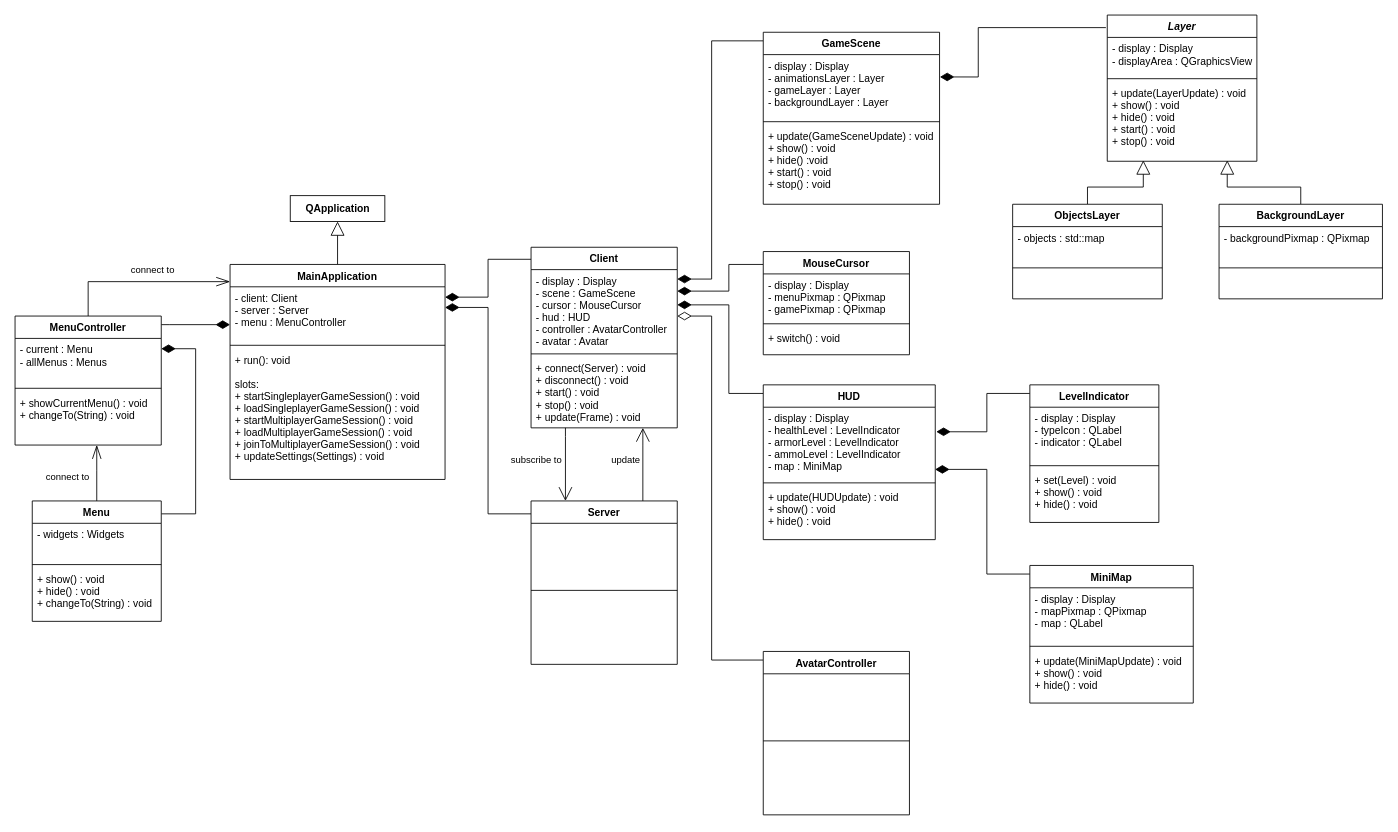
The draw.io diagram doc/class_diagram.drawio in TadekBiela/heisttown, before the edit. Source tidied: cells renumbered, new cells numbered last; positions are measured from the earlier drawing's top-left corner, leaving out a move shared by most shapes. Both pictures are drawn from the tidied source at 86%, with x=0, y=0 at pixel (15, 15).
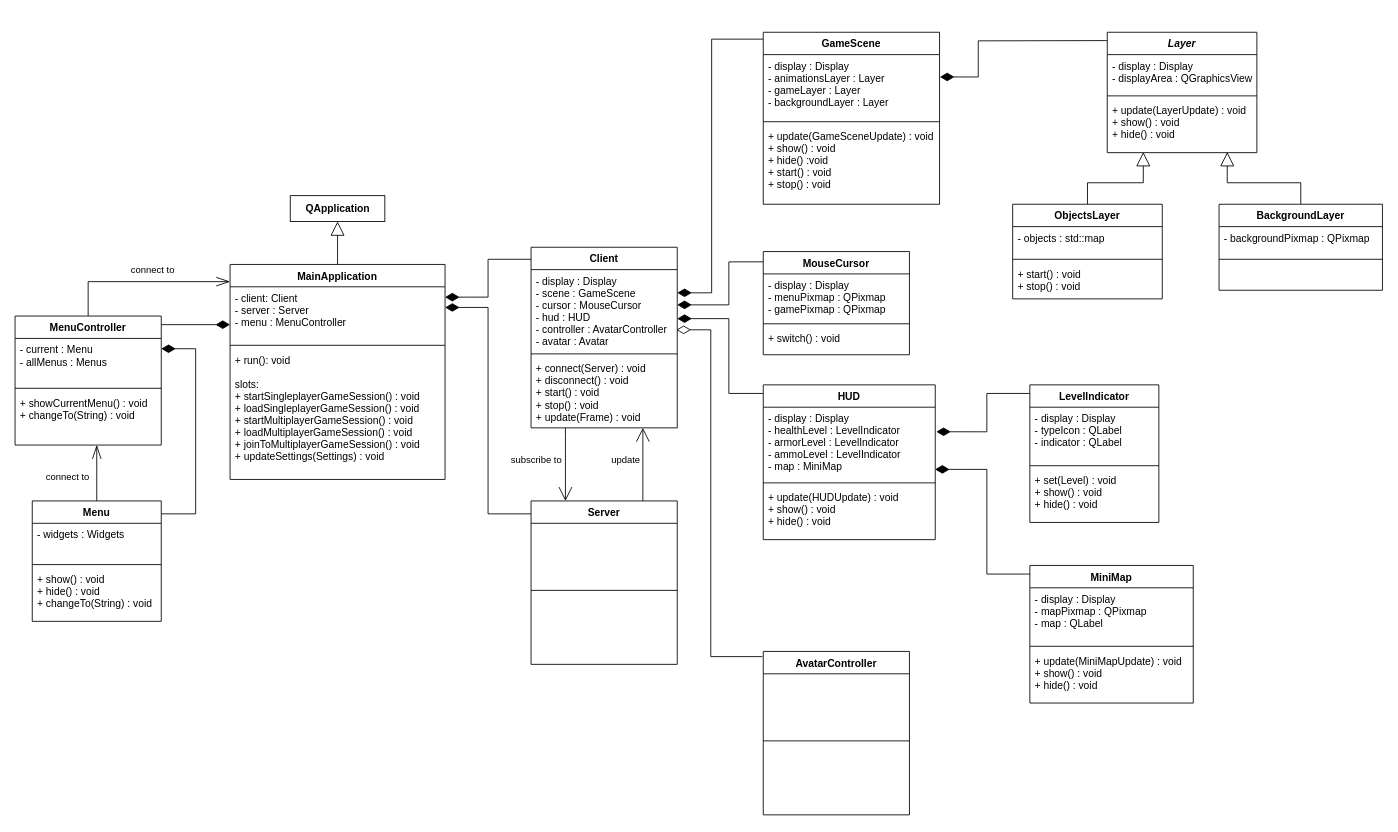
The same diagram, later.

Commit message:
Update Layer on class diagram

Unchanged cells that the change refers to:
```xml
<mxCell id="10" value="- display : Display&#10;- scene : GameScene&#10;- cursor : MouseCursor&#10;- hud : HUD&#10;- controller : AvatarController&#10;- avatar : Avatar" style="text;strokeColor=none;fillColor=none;align=left;verticalAlign=top;spacingLeft=4;spacingRight=4;overflow=hidden;points=[[0,0.5],[1,0.5]];portConstraint=eastwest;" parent="9" vertex="1">
  <mxGeometry y="26" width="170" height="94" as="geometry" />
</mxCell>
<mxCell id="35" value="GameScene" style="swimlane;fontStyle=1;align=center;verticalAlign=top;horizontal=1;startSize=26;" parent="1" vertex="1">
  <mxGeometry x="870" y="20" width="205" height="200" as="geometry" />
</mxCell>
<mxCell id="36" value="- display : Display&#10;- animationsLayer : Layer&#10;- gameLayer : Layer&#10;- backgroundLayer : Layer&#10;" style="text;strokeColor=none;fillColor=none;align=left;verticalAlign=top;spacingLeft=4;spacingRight=4;overflow=hidden;points=[[0,0.5],[1,0.5]];portConstraint=eastwest;" parent="35" vertex="1">
  <mxGeometry y="26" width="205" height="74" as="geometry" />
</mxCell>
<mxCell id="41" value="HUD" style="swimlane;fontStyle=1;align=center;verticalAlign=top;horizontal=1;startSize=26;" parent="1" vertex="1">
  <mxGeometry x="870" y="430" width="200" height="180" as="geometry" />
</mxCell>
<mxCell id="46" value="AvatarController" style="swimlane;fontStyle=1;align=center;verticalAlign=top;horizontal=1;startSize=26;" parent="1" vertex="1">
  <mxGeometry x="870" y="740" width="170" height="190" as="geometry" />
</mxCell>
<mxCell id="51" value="MouseCursor" style="swimlane;fontStyle=1;align=center;verticalAlign=top;horizontal=1;startSize=26;" parent="1" vertex="1">
  <mxGeometry x="870" y="275" width="170" height="120" as="geometry" />
</mxCell>
<mxCell id="71" value="ObjectsLayer" style="swimlane;fontStyle=1;align=center;verticalAlign=top;horizontal=1;startSize=26;" parent="1" vertex="1">
  <mxGeometry x="1160" y="220" width="174" height="110" as="geometry" />
</mxCell>
```

The edit, as a diff of the source:
```diff
@@
-    <mxCell id="34" style="edgeStyle=orthogonalEdgeStyle;rounded=0;jettySize=auto;html=1;endArrow=diamondThin;endFill=1;endSize=14;" parent="1" edge="1" source="35" target="10">
+    <mxCell id="34" style="edgeStyle=orthogonalEdgeStyle;rounded=0;orthogonalLoop=1;jettySize=auto;html=1;endArrow=diamondThin;endFill=1;endSize=14;" parent="1" edge="1">
       <mxGeometry relative="1" as="geometry">
+        <mxPoint x="870" y="28" as="sourcePoint" />
+        <mxPoint x="770" y="323" as="targetPoint" />
         <Array as="points">
-          <mxPoint x="810" y="30" />
-          <mxPoint x="810" y="307" />
+          <mxPoint x="810" y="28" />
+          <mxPoint x="810" y="323" />
         </Array>
       </mxGeometry>
     </mxCell>
@@
-    <mxCell id="39" style="edgeStyle=orthogonalEdgeStyle;rounded=0;jettySize=auto;html=1;endArrow=diamondThin;endFill=1;endSize=14;" parent="1" edge="1" source="51" target="10">
+    <mxCell id="39" style="edgeStyle=orthogonalEdgeStyle;rounded=0;orthogonalLoop=1;jettySize=auto;html=1;endArrow=diamondThin;endFill=1;endSize=14;" parent="1" edge="1">
       <mxGeometry relative="1" as="geometry">
+        <mxPoint x="870" y="287" as="sourcePoint" />
+        <mxPoint x="770" y="337" as="targetPoint" />
         <Array as="points">
-          <mxPoint x="830" y="290" />
-          <mxPoint x="830" y="321" />
+          <mxPoint x="830" y="287" />
+          <mxPoint x="830" y="337" />
         </Array>
       </mxGeometry>
     </mxCell>
     <mxCell id="40" style="edgeStyle=orthogonalEdgeStyle;rounded=0;jettySize=auto;html=1;endArrow=diamondThin;endFill=1;endSize=14;" parent="1" edge="1" source="41" target="10">
       <mxGeometry relative="1" as="geometry">
         <Array as="points">
           <mxPoint x="830" y="440" />
-          <mxPoint x="830" y="337" />
+          <mxPoint x="830" y="353" />
         </Array>
       </mxGeometry>
     </mxCell>
@@
-    <mxCell id="45" style="edgeStyle=orthogonalEdgeStyle;rounded=0;jettySize=auto;html=1;endArrow=diamondThin;endFill=0;endSize=14;" parent="1" edge="1" source="46" target="10">
+    <mxCell id="45" style="edgeStyle=orthogonalEdgeStyle;rounded=0;orthogonalLoop=1;jettySize=auto;html=1;endArrow=diamondThin;endFill=0;endSize=14;" parent="1" edge="1">
       <mxGeometry relative="1" as="geometry">
+        <mxPoint x="869" y="746" as="sourcePoint" />
+        <mxPoint x="769" y="366" as="targetPoint" />
         <Array as="points">
-          <mxPoint x="810" y="750" />
-          <mxPoint x="810" y="350" />
+          <mxPoint x="809" y="746" />
+          <mxPoint x="809" y="366" />
         </Array>
       </mxGeometry>
     </mxCell>
@@
-    <mxCell id="65" style="edgeStyle=orthogonalEdgeStyle;rounded=0;jettySize=auto;html=1;entryX=1.002;entryY=0.351;entryDx=0;entryDy=0;entryPerimeter=0;endArrow=diamondThin;endFill=1;endSize=14;exitX=-0.009;exitY=0.086;exitDx=0;exitDy=0;exitPerimeter=0;" parent="1" edge="1" source="66" target="36">
+    <mxCell id="65" style="edgeStyle=orthogonalEdgeStyle;rounded=0;jettySize=auto;html=1;entryX=1.002;entryY=0.351;entryDx=0;entryDy=0;entryPerimeter=0;endArrow=diamondThin;endFill=1;endSize=14;exitX=0.004;exitY=0.069;exitDx=0;exitDy=0;exitPerimeter=0;" parent="1" edge="1" source="66" target="36">
       <mxGeometry relative="1" as="geometry">
         <Array as="points">
-          <mxPoint x="1120" y="15" />
+          <mxPoint x="1268" y="30" />
+          <mxPoint x="1120" y="30" />
           <mxPoint x="1120" y="72" />
         </Array>
       </mxGeometry>
     </mxCell>
     <mxCell id="66" value="Layer" style="swimlane;fontStyle=3;align=center;verticalAlign=top;horizontal=1;startSize=26;" parent="1" vertex="1">
-      <mxGeometry x="1270" width="174" height="170" as="geometry" />
+      <mxGeometry x="1270" y="20" width="174" height="140" as="geometry" />
     </mxCell>
@@
-    <mxCell id="69" value="+ update(LayerUpdate) : void&#10;+ show() : void&#10;+ hide() : void&#10;+ start() : void&#10;+ stop() : void" style="text;strokeColor=none;fillColor=none;align=left;verticalAlign=top;spacingLeft=4;spacingRight=4;overflow=hidden;points=[[0,0.5],[1,0.5]];portConstraint=eastwest;" parent="66" vertex="1">
-      <mxGeometry y="78" width="174" height="92" as="geometry" />
+    <mxCell id="69" value="+ update(LayerUpdate) : void&#10;+ show() : void&#10;+ hide() : void" style="text;strokeColor=none;fillColor=none;align=left;verticalAlign=top;spacingLeft=4;spacingRight=4;overflow=hidden;points=[[0,0.5],[1,0.5]];portConstraint=eastwest;" parent="66" vertex="1">
+      <mxGeometry y="78" width="174" height="62" as="geometry" />
     </mxCell>
@@
     <mxCell id="72" value="- objects : std::map&#10;" style="text;strokeColor=none;fillColor=none;align=left;verticalAlign=top;spacingLeft=4;spacingRight=4;overflow=hidden;" parent="71" vertex="1">
-      <mxGeometry y="26" width="174" height="44" as="geometry" />
+      <mxGeometry y="26" width="174" height="34" as="geometry" />
     </mxCell>
     <mxCell id="73" style="line;strokeWidth=1;fillColor=none;align=left;verticalAlign=middle;spacingTop=-1;spacingLeft=3;spacingRight=3;labelPosition=right;" parent="71" vertex="1">
-      <mxGeometry y="70" width="174" height="8" as="geometry" />
+      <mxGeometry y="60" width="174" height="8" as="geometry" />
     </mxCell>
-    <mxCell id="74" value=" " style="text;strokeColor=none;fillColor=none;align=left;verticalAlign=top;spacingLeft=4;spacingRight=4;overflow=hidden;" parent="71" vertex="1">
-      <mxGeometry y="78" width="174" height="32" as="geometry" />
+    <mxCell id="74" value="+ start() : void&#10;+ stop() : void" style="text;strokeColor=none;fillColor=none;align=left;verticalAlign=top;spacingLeft=4;spacingRight=4;overflow=hidden;" parent="71" vertex="1">
+      <mxGeometry y="68" width="174" height="42" as="geometry" />
     </mxCell>
@@
     <mxCell id="76" value="BackgroundLayer" style="swimlane;fontStyle=1;align=center;verticalAlign=top;horizontal=1;startSize=26;" parent="1" vertex="1">
-      <mxGeometry x="1400" y="220" width="190" height="110" as="geometry" />
+      <mxGeometry x="1400" y="220" width="190" height="100" as="geometry" />
     </mxCell>
     <mxCell id="77" value="- backgroundPixmap : QPixmap" style="text;strokeColor=none;fillColor=none;align=left;verticalAlign=top;spacingLeft=4;spacingRight=4;overflow=hidden;" parent="76" vertex="1">
-      <mxGeometry y="26" width="190" height="44" as="geometry" />
+      <mxGeometry y="26" width="190" height="34" as="geometry" />
     </mxCell>
     <mxCell id="78" style="line;strokeWidth=1;fillColor=none;align=left;verticalAlign=middle;spacingTop=-1;spacingLeft=3;spacingRight=3;labelPosition=right;" parent="76" vertex="1">
-      <mxGeometry y="70" width="190" height="8" as="geometry" />
+      <mxGeometry y="60" width="190" height="8" as="geometry" />
     </mxCell>
     <mxCell id="79" value="  " style="text;strokeColor=none;fillColor=none;align=left;verticalAlign=top;spacingLeft=4;spacingRight=4;overflow=hidden;" parent="76" vertex="1">
-      <mxGeometry y="78" width="190" height="32" as="geometry" />
+      <mxGeometry y="68" width="190" height="32" as="geometry" />
     </mxCell>
```
